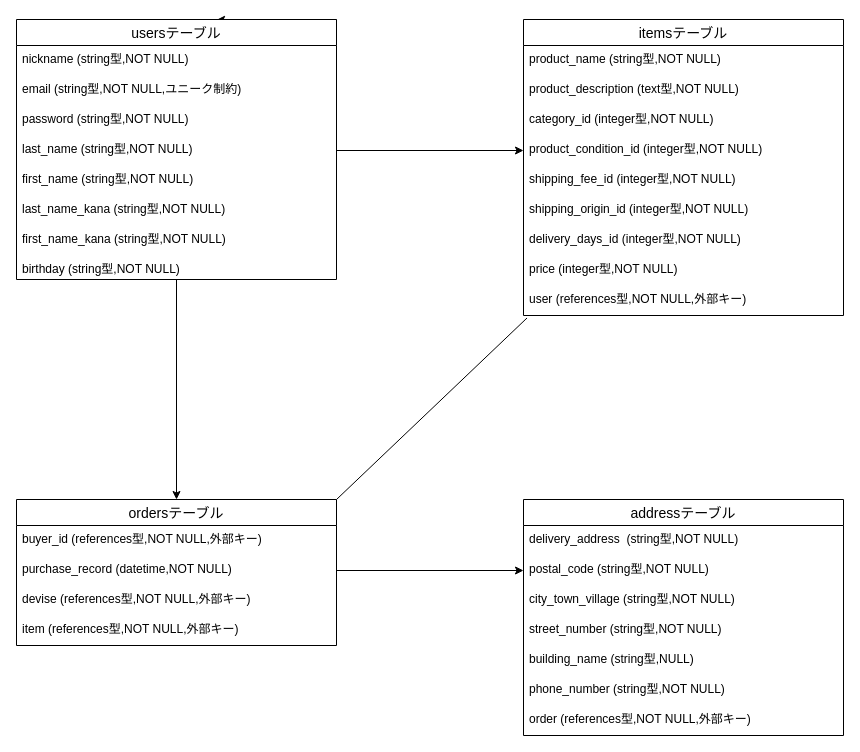
Above: furima.dio in yuuki0217/furima-40769 (draw.io), before the change. Source tidied: cells renumbered, new cells numbered last; positions are measured from the earlier drawing's top-left corner, leaving out a move shared by most shapes. Both pictures are drawn from the tidied source at 100%, with x=0, y=0 at pixel (16, 19).
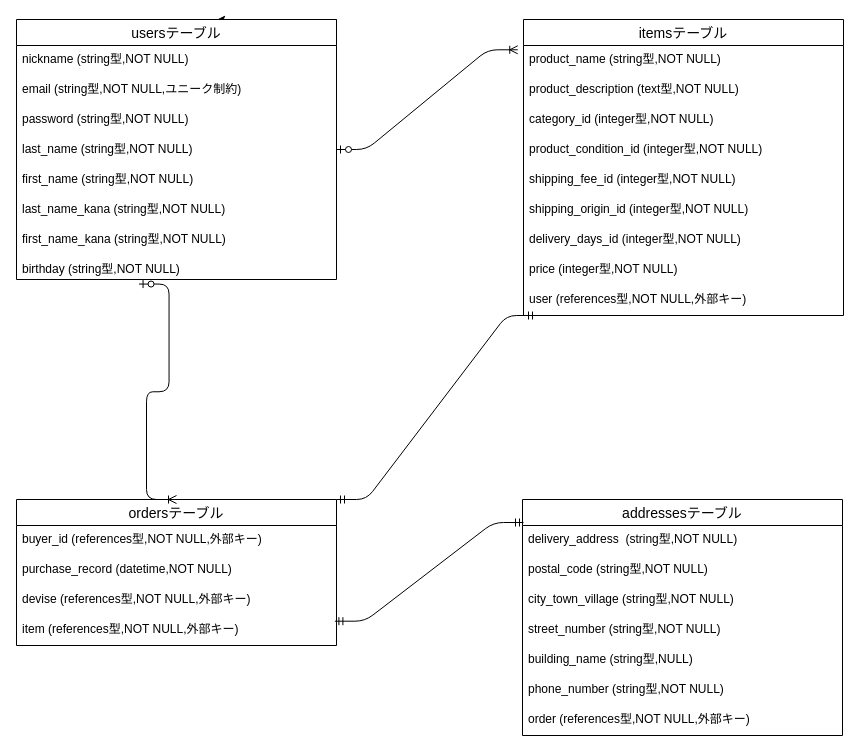
Above is the later version.

Unchanged cells that the change refers to:
```xml
<mxCell id="3" value="product_name (string型,NOT NULL)" style="text;strokeColor=none;fillColor=none;spacingLeft=4;spacingRight=4;overflow=hidden;points=[[0,0.5],[1,0.5]];portConstraint=eastwest;fontSize=12;" parent="2" vertex="1">
  <mxGeometry y="26" width="320" height="30" as="geometry" />
</mxCell>
<mxCell id="6" value="product_condition_id (integer型,NOT NULL)" style="text;strokeColor=none;fillColor=none;spacingLeft=4;spacingRight=4;overflow=hidden;points=[[0,0.5],[1,0.5]];portConstraint=eastwest;fontSize=12;" parent="2" vertex="1">
  <mxGeometry y="116" width="320" height="30" as="geometry" />
</mxCell>
<mxCell id="11" value="user (references型,NOT NULL,外部キー)" style="text;strokeColor=none;fillColor=none;spacingLeft=4;spacingRight=4;overflow=hidden;points=[[0,0.5],[1,0.5]];portConstraint=eastwest;fontSize=12;" parent="2" vertex="1">
  <mxGeometry y="266" width="320" height="30" as="geometry" />
</mxCell>
<mxCell id="17" value="last_name (string型,NOT NULL)" style="text;strokeColor=none;fillColor=none;spacingLeft=4;spacingRight=4;overflow=hidden;points=[[0,0.5],[1,0.5]];portConstraint=eastwest;fontSize=12;" parent="13" vertex="1">
  <mxGeometry y="116" width="320" height="30" as="geometry" />
</mxCell>
<mxCell id="21" value="birthday (string型,NOT NULL)" style="text;strokeColor=none;fillColor=none;spacingLeft=4;spacingRight=4;overflow=hidden;points=[[0,0.5],[1,0.5]];portConstraint=eastwest;fontSize=12;" parent="13" vertex="1">
  <mxGeometry y="236" width="320" height="24" as="geometry" />
</mxCell>
<mxCell id="22" value="ordersテーブル" style="swimlane;fontStyle=0;horizontal=1;startSize=26;align=center;fontSize=14;" parent="1" vertex="1">
  <mxGeometry y="480" width="320" height="146" as="geometry" />
</mxCell>
<mxCell id="24" value="purchase_record (datetime,NOT NULL)" style="text;strokeColor=none;fillColor=none;spacingLeft=4;spacingRight=4;overflow=hidden;points=[[0,0.5],[1,0.5]];portConstraint=eastwest;fontSize=12;" parent="22" vertex="1">
  <mxGeometry y="56" width="320" height="30" as="geometry" />
</mxCell>
<mxCell id="27" value="item (references型,NOT NULL,外部キー)" style="text;strokeColor=none;fillColor=none;spacingLeft=4;spacingRight=4;overflow=hidden;points=[[0,0.5],[1,0.5]];portConstraint=eastwest;fontSize=12;" parent="22" vertex="1">
  <mxGeometry y="116" width="320" height="30" as="geometry" />
</mxCell>
<mxCell id="30" value="postal_code (string型,NOT NULL)" style="text;strokeColor=none;fillColor=none;spacingLeft=4;spacingRight=4;overflow=hidden;points=[[0,0.5],[1,0.5]];portConstraint=eastwest;fontSize=12;" parent="28" vertex="1">
  <mxGeometry y="56" width="320" height="30" as="geometry" />
</mxCell>
```

Diff of the diagram source:
```diff
@@
-    <mxCell id="28" value="addressテーブル" style="swimlane;fontStyle=0;horizontal=1;startSize=26;align=center;fontSize=14;" parent="1" vertex="1">
-      <mxGeometry x="507" y="480" width="320" height="236" as="geometry" />
+    <mxCell id="28" value="addressesテーブル" style="swimlane;fontStyle=0;horizontal=1;startSize=26;align=center;fontSize=14;" parent="1" vertex="1">
+      <mxGeometry x="506" y="480" width="320" height="236" as="geometry" />
     </mxCell>
@@
-    <mxCell id="36" style="edgeStyle=none;html=1;entryX=0.5;entryY=0;entryDx=0;entryDy=0;" parent="1" edge="1" target="22">
-      <mxGeometry relative="1" as="geometry">
-        <mxPoint x="160" y="260" as="sourcePoint" />
-      </mxGeometry>
-    </mxCell>
-    <mxCell id="37" style="edgeStyle=none;html=1;exitX=1;exitY=0.5;exitDx=0;exitDy=0;entryX=0;entryY=0.5;entryDx=0;entryDy=0;" parent="1" edge="1" source="17" target="6">
-      <mxGeometry relative="1" as="geometry" />
-    </mxCell>
-    <mxCell id="38" style="edgeStyle=none;html=1;exitX=1;exitY=0.5;exitDx=0;exitDy=0;entryX=0;entryY=0.5;entryDx=0;entryDy=0;" parent="1" edge="1" source="24" target="30">
-      <mxGeometry relative="1" as="geometry" />
-    </mxCell>
-    <mxCell id="39" style="endArrow=none;html=1;rounded=0;exitX=1;exitY=0;exitDx=0;exitDy=0;entryX=0.011;entryY=1.083;entryDx=0;entryDy=0;entryPerimeter=0;" parent="1" edge="1" source="22" target="11">
-      <mxGeometry relative="1" as="geometry" />
-    </mxCell>
+    <mxCell id="40" style="edgeStyle=entityRelationEdgeStyle;fontSize=12;html=1;endArrow=ERoneToMany;startArrow=ERzeroToOne;entryX=-0.018;entryY=0.143;entryDx=0;entryDy=0;entryPerimeter=0;" parent="1" edge="1" target="3">
+      <mxGeometry relative="1" as="geometry">
+        <mxPoint x="320" y="130" as="sourcePoint" />
+      </mxGeometry>
+    </mxCell>
+    <mxCell id="41" style="edgeStyle=entityRelationEdgeStyle;fontSize=12;html=1;endArrow=ERoneToMany;startArrow=ERzeroToOne;exitX=0.383;exitY=1.19;exitDx=0;exitDy=0;exitPerimeter=0;entryX=0.5;entryY=0;entryDx=0;entryDy=0;" parent="1" edge="1" source="21" target="22">
+      <mxGeometry relative="1" as="geometry" />
+    </mxCell>
+    <mxCell id="42" style="edgeStyle=entityRelationEdgeStyle;fontSize=12;html=1;endArrow=ERmandOne;startArrow=ERmandOne;exitX=0.995;exitY=0.19;exitDx=0;exitDy=0;exitPerimeter=0;" parent="1" edge="1" source="27">
+      <mxGeometry relative="1" as="geometry">
+        <mxPoint x="507" y="503" as="targetPoint" />
+      </mxGeometry>
+    </mxCell>
+    <mxCell id="43" style="edgeStyle=entityRelationEdgeStyle;fontSize=12;html=1;endArrow=ERmandOne;startArrow=ERmandOne;exitX=1;exitY=0;exitDx=0;exitDy=0;" parent="1" edge="1" source="22">
+      <mxGeometry relative="1" as="geometry">
+        <mxPoint x="520" y="296" as="targetPoint" />
+      </mxGeometry>
+    </mxCell>
```
